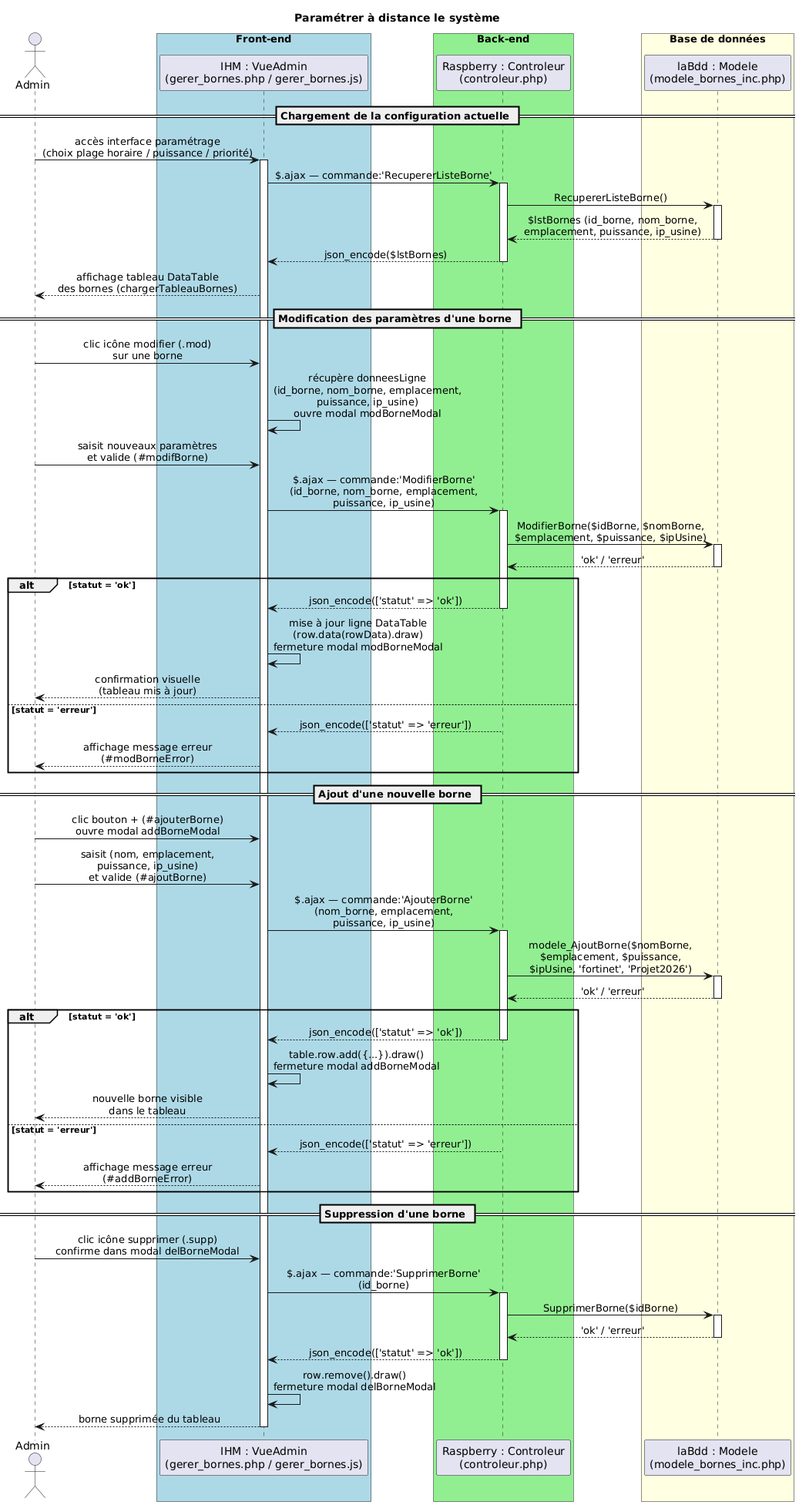
Corentinh2/PROJET_GESTIONNAIRE_DE_CHARGE keeps this PlantUML diagram as F2/diagramme_de_sequence_parametrer_a_distance.png. Above is the earlier version. Source of this version:
```plantuml
@startuml
title Paramétrer à distance le système

skinparam sequenceMessageAlign center
skinparam responseMessageBelowArrow true

actor Admin

box "Front-end" #LightBlue
    participant "IHM : VueAdmin\n(gerer_bornes.php / gerer_bornes.js)" as VUE
end box

box "Back-end" #LightGreen
    participant "Raspberry : Controleur\n(controleur.php)" as CTRL
end box

box "Base de données" #LightYellow
    participant "laBdd : Modele\n(modele_bornes_inc.php)" as MODELE
end box

== Chargement de la configuration actuelle ==

Admin -> VUE : accès interface paramétrage\n(choix plage horaire / puissance / priorité)
activate VUE

VUE -> CTRL : $.ajax — commande:'RecupererListeBorne'
activate CTRL

CTRL -> MODELE : RecupererListeBorne()
activate MODELE

MODELE --> CTRL : $lstBornes (id_borne, nom_borne,\nemplacement, puissance, ip_usine)
deactivate MODELE

CTRL --> VUE : json_encode($lstBornes)
deactivate CTRL

VUE --> Admin : affichage tableau DataTable\ndes bornes (chargerTableauBornes)

== Modification des paramètres d'une borne ==

Admin -> VUE : clic icône modifier (.mod)\nsur une borne

VUE -> VUE : récupère donneesLigne\n(id_borne, nom_borne, emplacement,\npuissance, ip_usine)\nouvre modal modBorneModal

Admin -> VUE : saisit nouveaux paramètres\net valide (#modifBorne)

VUE -> CTRL : $.ajax — commande:'ModifierBorne'\n(id_borne, nom_borne, emplacement,\npuissance, ip_usine)
activate CTRL

CTRL -> MODELE : ModifierBorne($idBorne, $nomBorne,\n$emplacement, $puissance, $ipUsine)
activate MODELE

MODELE --> CTRL : 'ok' / 'erreur'
deactivate MODELE

alt statut = 'ok'
    CTRL --> VUE : json_encode(['statut' => 'ok'])
    deactivate CTRL
    VUE -> VUE : mise à jour ligne DataTable\n(row.data(rowData).draw)\nfermeture modal modBorneModal
    VUE --> Admin : confirmation visuelle\n(tableau mis à jour)
else statut = 'erreur'
    CTRL --> VUE : json_encode(['statut' => 'erreur'])
    VUE --> Admin : affichage message erreur\n(#modBorneError)
end

== Ajout d'une nouvelle borne ==

Admin -> VUE : clic bouton + (#ajouterBorne)\nouvre modal addBorneModal

Admin -> VUE : saisit (nom, emplacement,\npuissance, ip_usine)\net valide (#ajoutBorne)

VUE -> CTRL : $.ajax — commande:'AjouterBorne'\n(nom_borne, emplacement,\npuissance, ip_usine)
activate CTRL

CTRL -> MODELE : modele_AjoutBorne($nomBorne,\n$emplacement, $puissance,\n$ipUsine, 'fortinet', 'Projet2026')
activate MODELE

MODELE --> CTRL : 'ok' / 'erreur'
deactivate MODELE

alt statut = 'ok'
    CTRL --> VUE : json_encode(['statut' => 'ok'])
    deactivate CTRL
    VUE -> VUE : table.row.add({...}).draw()\nfermeture modal addBorneModal
    VUE --> Admin : nouvelle borne visible\ndans le tableau
else statut = 'erreur'
    CTRL --> VUE : json_encode(['statut' => 'erreur'])
    VUE --> Admin : affichage message erreur\n(#addBorneError)
end

== Suppression d'une borne ==

Admin -> VUE : clic icône supprimer (.supp)\nconfirme dans modal delBorneModal

VUE -> CTRL : $.ajax — commande:'SupprimerBorne'\n(id_borne)
activate CTRL

CTRL -> MODELE : SupprimerBorne($idBorne)
activate MODELE

MODELE --> CTRL : 'ok' / 'erreur'
deactivate MODELE

CTRL --> VUE : json_encode(['statut' => 'ok'])
deactivate CTRL

VUE -> VUE : row.remove().draw()\nfermeture modal delBorneModal
VUE --> Admin : borne supprimée du tableau

deactivate VUE
@enduml
```
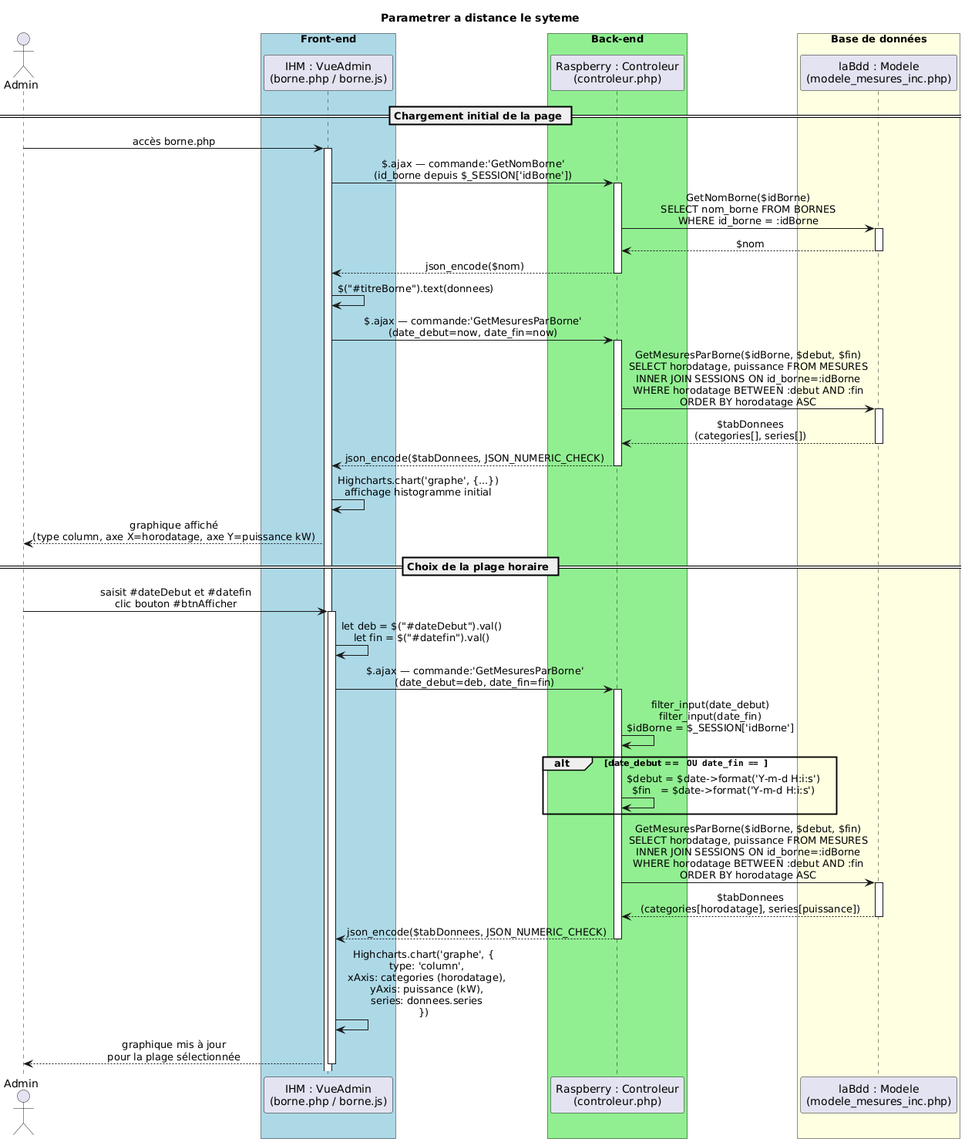
After the commit.

The edit, as a diff of the source:
```diff
@@ -1,5 +1,5 @@
 @startuml
-title Paramétrer à distance le système
+title Parametrer a distance le syteme
 
 skinparam sequenceMessageAlign center
 skinparam responseMessageBelowArrow true
@@ -7,7 +7,7 @@
 actor Admin
 
 box "Front-end" #LightBlue
-    participant "IHM : VueAdmin\n(gerer_bornes.php / gerer_bornes.js)" as VUE
+    participant "IHM : VueAdmin\n(borne.php / borne.js)" as VUE
 end box
 
 box "Back-end" #LightGreen
@@ -15,98 +15,72 @@
 end box
 
 box "Base de données" #LightYellow
-    participant "laBdd : Modele\n(modele_bornes_inc.php)" as MODELE
+    participant "laBdd : Modele\n(modele_mesures_inc.php)" as MODELE
 end box
 
-== Chargement de la configuration actuelle ==
+== Chargement initial de la page ==
 
-Admin -> VUE : accès interface paramétrage\n(choix plage horaire / puissance / priorité)
+Admin -> VUE : accès borne.php
 activate VUE
 
-VUE -> CTRL : $.ajax — commande:'RecupererListeBorne'
+VUE -> CTRL : $.ajax — commande:'GetNomBorne'\n(id_borne depuis $_SESSION['idBorne'])
 activate CTRL
 
-CTRL -> MODELE : RecupererListeBorne()
+CTRL -> MODELE : GetNomBorne($idBorne)\nSELECT nom_borne FROM BORNES\nWHERE id_borne = :idBorne
 activate MODELE
 
-MODELE --> CTRL : $lstBornes (id_borne, nom_borne,\nemplacement, puissance, ip_usine)
+MODELE --> CTRL : $nom
 deactivate MODELE
 
-CTRL --> VUE : json_encode($lstBornes)
+CTRL --> VUE : json_encode($nom)
 deactivate CTRL
 
-VUE --> Admin : affichage tableau DataTable\ndes bornes (chargerTableauBornes)
+VUE -> VUE : $("#titreBorne").text(donnees)
 
-== Modification des paramètres d'une borne ==
-
-Admin -> VUE : clic icône modifier (.mod)\nsur une borne
-
-VUE -> VUE : récupère donneesLigne\n(id_borne, nom_borne, emplacement,\npuissance, ip_usine)\nouvre modal modBorneModal
-
-Admin -> VUE : saisit nouveaux paramètres\net valide (#modifBorne)
-
-VUE -> CTRL : $.ajax — commande:'ModifierBorne'\n(id_borne, nom_borne, emplacement,\npuissance, ip_usine)
+VUE -> CTRL : $.ajax — commande:'GetMesuresParBorne'\n(date_debut=now, date_fin=now)
 activate CTRL
 
-CTRL -> MODELE : ModifierBorne($idBorne, $nomBorne,\n$emplacement, $puissance, $ipUsine)
+CTRL -> MODELE : GetMesuresParBorne($idBorne, $debut, $fin)\nSELECT horodatage, puissance FROM MESURES\nINNER JOIN SESSIONS ON id_borne=:idBorne\nWHERE horodatage BETWEEN :debut AND :fin\nORDER BY horodatage ASC
 activate MODELE
 
-MODELE --> CTRL : 'ok' / 'erreur'
+MODELE --> CTRL : $tabDonnees\n(categories[], series[])
 deactivate MODELE
 
-alt statut = 'ok'
-    CTRL --> VUE : json_encode(['statut' => 'ok'])
-    deactivate CTRL
-    VUE -> VUE : mise à jour ligne DataTable\n(row.data(rowData).draw)\nfermeture modal modBorneModal
-    VUE --> Admin : confirmation visuelle\n(tableau mis à jour)
-else statut = 'erreur'
-    CTRL --> VUE : json_encode(['statut' => 'erreur'])
-    VUE --> Admin : affichage message erreur\n(#modBorneError)
+CTRL --> VUE : json_encode($tabDonnees, JSON_NUMERIC_CHECK)
+deactivate CTRL
+
+VUE -> VUE : Highcharts.chart('graphe', {...})\naffichage histogramme initial
+
+VUE --> Admin : graphique affiché\n(type column, axe X=horodatage, axe Y=puissance kW)
+
+== Choix de la plage horaire ==
+
+Admin -> VUE : saisit #dateDebut et #datefin\nclic bouton #btnAfficher
+activate VUE
+
+VUE -> VUE : let deb = $("#dateDebut").val()\nlet fin = $("#datefin").val()
+
+VUE -> CTRL : $.ajax — commande:'GetMesuresParBorne'\n(date_debut=deb, date_fin=fin)
+activate CTRL
+
+CTRL -> CTRL : filter_input(date_debut)\nfilter_input(date_fin)\n$idBorne = $_SESSION['idBorne']
+
+alt date_debut == "" OU date_fin == ""
+    CTRL -> CTRL : $debut = $date->format('Y-m-d H:i:s')\n$fin   = $date->format('Y-m-d H:i:s')
 end
 
-== Ajout d'une nouvelle borne ==
-
-Admin -> VUE : clic bouton + (#ajouterBorne)\nouvre modal addBorneModal
-
-Admin -> VUE : saisit (nom, emplacement,\npuissance, ip_usine)\net valide (#ajoutBorne)
-
-VUE -> CTRL : $.ajax — commande:'AjouterBorne'\n(nom_borne, emplacement,\npuissance, ip_usine)
-activate CTRL
-
-CTRL -> MODELE : modele_AjoutBorne($nomBorne,\n$emplacement, $puissance,\n$ipUsine, 'fortinet', 'Projet2026')
+CTRL -> MODELE : GetMesuresParBorne($idBorne, $debut, $fin)\nSELECT horodatage, puissance FROM MESURES\nINNER JOIN SESSIONS ON id_borne=:idBorne\nWHERE horodatage BETWEEN :debut AND :fin\nORDER BY horodatage ASC
 activate MODELE
 
-MODELE --> CTRL : 'ok' / 'erreur'
+MODELE --> CTRL : $tabDonnees\n(categories[horodatage], series[puissance])
 deactivate MODELE
 
-alt statut = 'ok'
-    CTRL --> VUE : json_encode(['statut' => 'ok'])
-    deactivate CTRL
-    VUE -> VUE : table.row.add({...}).draw()\nfermeture modal addBorneModal
-    VUE --> Admin : nouvelle borne visible\ndans le tableau
-else statut = 'erreur'
-    CTRL --> VUE : json_encode(['statut' => 'erreur'])
-    VUE --> Admin : affichage message erreur\n(#addBorneError)
-end
-
-== Suppression d'une borne ==
-
-Admin -> VUE : clic icône supprimer (.supp)\nconfirme dans modal delBorneModal
-
-VUE -> CTRL : $.ajax — commande:'SupprimerBorne'\n(id_borne)
-activate CTRL
-
-CTRL -> MODELE : SupprimerBorne($idBorne)
-activate MODELE
-
-MODELE --> CTRL : 'ok' / 'erreur'
-deactivate MODELE
-
-CTRL --> VUE : json_encode(['statut' => 'ok'])
+CTRL --> VUE : json_encode($tabDonnees, JSON_NUMERIC_CHECK)
 deactivate CTRL
 
-VUE -> VUE : row.remove().draw()\nfermeture modal delBorneModal
-VUE --> Admin : borne supprimée du tableau
+VUE -> VUE : Highcharts.chart('graphe', {\n  type: 'column',\n  xAxis: categories (horodatage),\n  yAxis: puissance (kW),\n  series: donnees.series\n})
+
+VUE --> Admin : graphique mis à jour\npour la plage sélectionnée
 
 deactivate VUE
 @enduml
```
